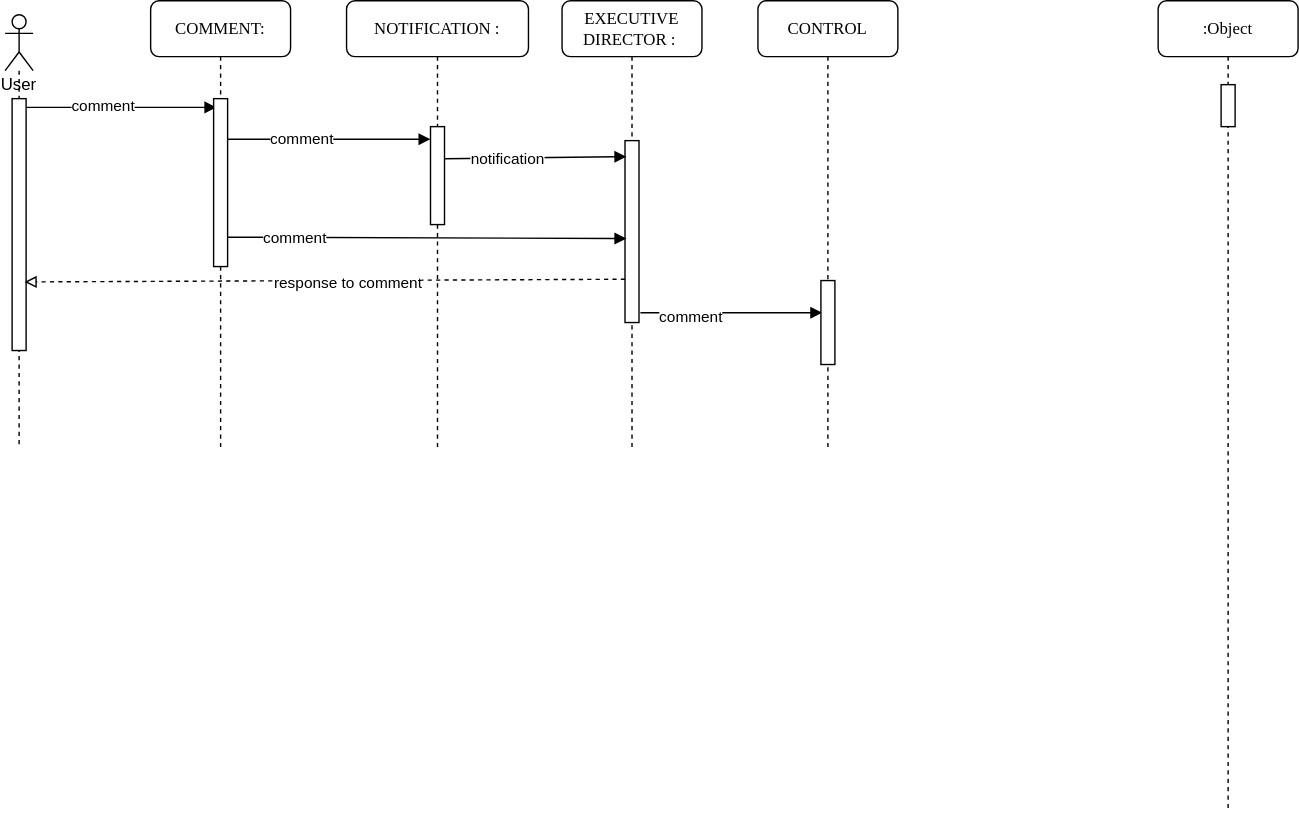
samuelpilusa365/myRepo keeps this draw.io diagram as comment_Sequence_Diagram.svg. Above is the earlier version. Source tidied: cells renumbered, new cells last; positions are measured from the earlier drawing's top-left corner, leaving out a move shared by most shapes.
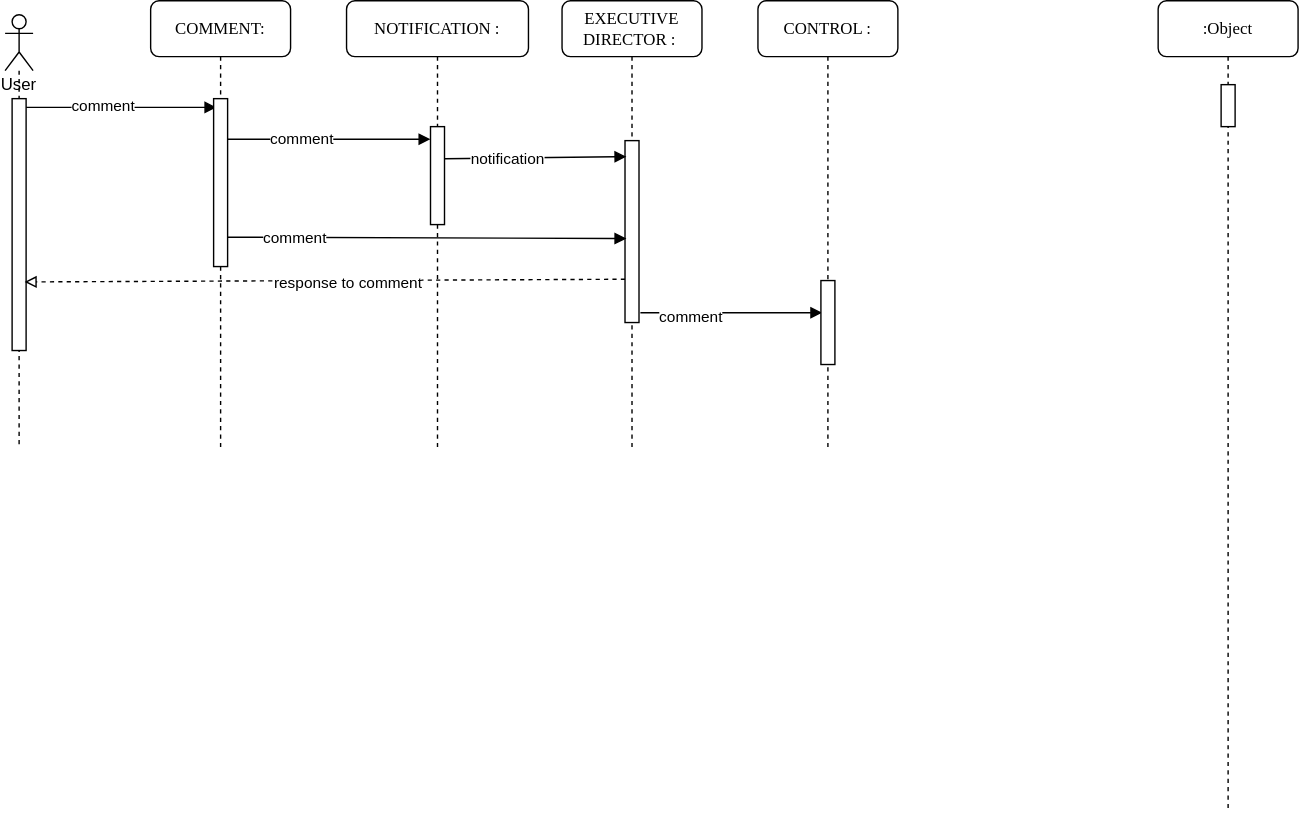
Later version of the same file.

Diff of the diagram source:
```diff
@@ -43,7 +43,7 @@
     <mxCell id="13" style="html=1;points=[];perimeter=orthogonalPerimeter;rounded=0;shadow=0;comic=0;labelBackgroundColor=none;strokeWidth=1;fontFamily=Verdana;fontSize=12;align=center;" parent="12" vertex="1">
       <mxGeometry x="45" y="100" width="10" height="130" as="geometry" />
     </mxCell>
-    <mxCell id="14" value="CONTROL" style="shape=umlLifeline;perimeter=lifelinePerimeter;whiteSpace=wrap;html=1;rounded=1;shadow=0;comic=0;labelBackgroundColor=none;strokeWidth=1;fontFamily=Verdana;fontSize=12;align=center;" parent="1" vertex="1">
+    <mxCell id="14" value="CONTROL :" style="shape=umlLifeline;perimeter=lifelinePerimeter;whiteSpace=wrap;html=1;rounded=1;shadow=0;comic=0;labelBackgroundColor=none;strokeWidth=1;fontFamily=Verdana;fontSize=12;align=center;" parent="1" vertex="1">
       <mxGeometry x="538" width="100" height="320" as="geometry" />
     </mxCell>
     <mxCell id="15" style="html=1;perimeter=orthogonalPerimeter;rounded=0;shadow=0;comic=0;labelBackgroundColor=none;strokeWidth=1;fontFamily=Verdana;fontSize=12;align=center;" parent="14" vertex="1">
```
